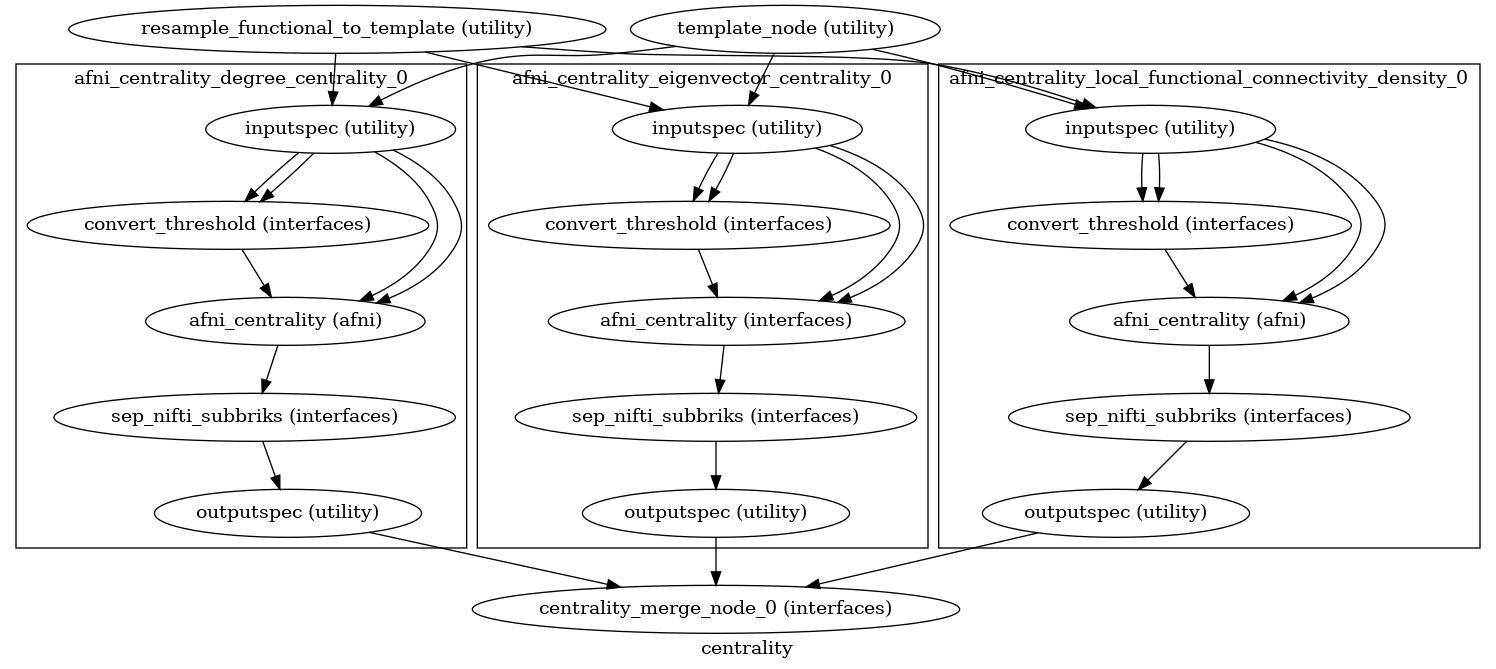
shnizzedy/fcp-indi.github.io keeps this Graphviz diagram as docs/nightly/developer/workflows/images/generated/network_centrality.png. Above is the earlier version. Its source is kept beside it as docs/nightly/developer/workflows/images/generated/network_centrality.dot.
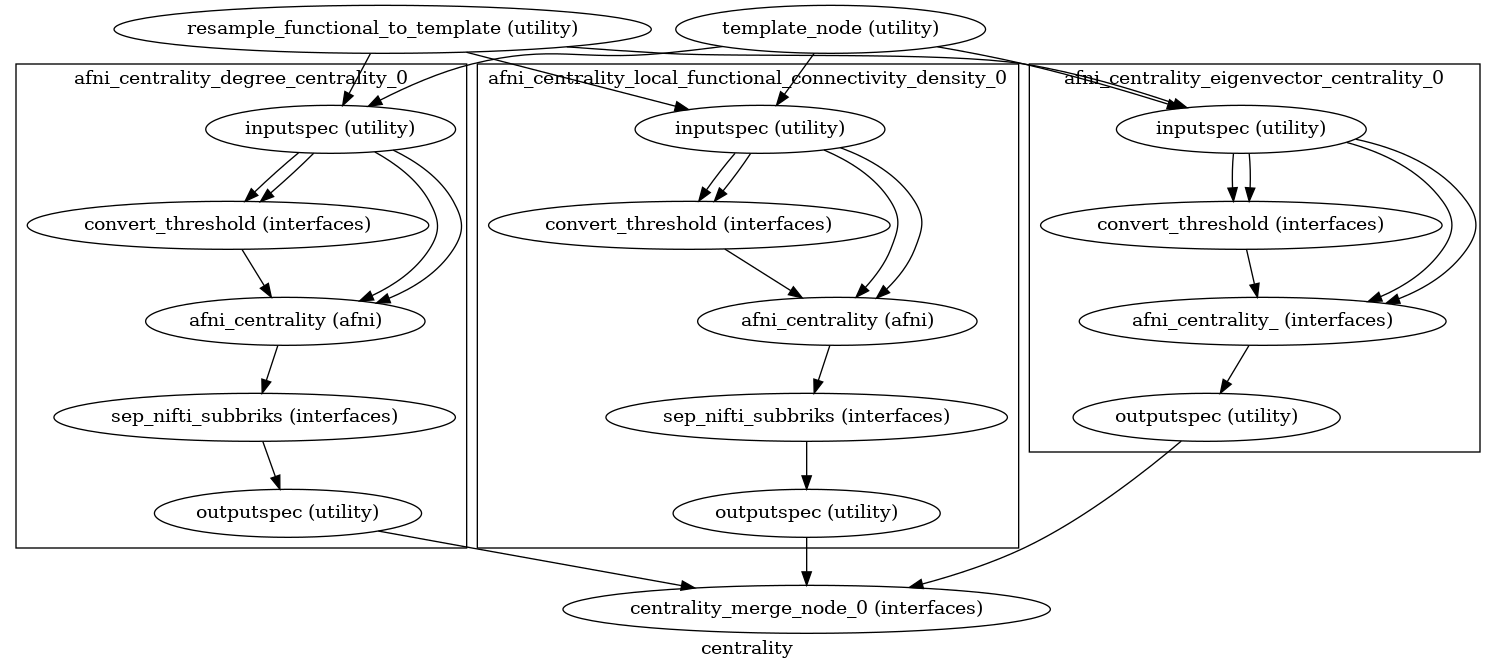
The same diagram one commit later.

Change to the diagram source:
```diff
@@ -22,16 +22,14 @@
       label="afni_centrality_eigenvector_centrality_0";
     "centrality_afni_centrality_eigenvector_centrality_0_inputspec"[label="inputspec (utility)"];
     "centrality_afni_centrality_eigenvector_centrality_0_convert_threshold"[label="convert_threshold (interfaces)"];
-    "centrality_afni_centrality_eigenvector_centrality_0_afni_centrality"[label="afni_centrality (interfaces)"];
-    "centrality_afni_centrality_eigenvector_centrality_0_sep_nifti_subbriks"[label="sep_nifti_subbriks (interfaces)"];
+    "centrality_afni_centrality_eigenvector_centrality_0_afni_centrality_"[label="afni_centrality_ (interfaces)"];
     "centrality_afni_centrality_eigenvector_centrality_0_outputspec"[label="outputspec (utility)"];
-    "centrality_afni_centrality_eigenvector_centrality_0_inputspec" -> "centrality_afni_centrality_eigenvector_centrality_0_afni_centrality";
-    "centrality_afni_centrality_eigenvector_centrality_0_inputspec" -> "centrality_afni_centrality_eigenvector_centrality_0_afni_centrality";
+    "centrality_afni_centrality_eigenvector_centrality_0_inputspec" -> "centrality_afni_centrality_eigenvector_centrality_0_afni_centrality_";
+    "centrality_afni_centrality_eigenvector_centrality_0_inputspec" -> "centrality_afni_centrality_eigenvector_centrality_0_afni_centrality_";
     "centrality_afni_centrality_eigenvector_centrality_0_inputspec" -> "centrality_afni_centrality_eigenvector_centrality_0_convert_threshold";
     "centrality_afni_centrality_eigenvector_centrality_0_inputspec" -> "centrality_afni_centrality_eigenvector_centrality_0_convert_threshold";
-    "centrality_afni_centrality_eigenvector_centrality_0_convert_threshold" -> "centrality_afni_centrality_eigenvector_centrality_0_afni_centrality";
-    "centrality_afni_centrality_eigenvector_centrality_0_afni_centrality" -> "centrality_afni_centrality_eigenvector_centrality_0_sep_nifti_subbriks";
-    "centrality_afni_centrality_eigenvector_centrality_0_sep_nifti_subbriks" -> "centrality_afni_centrality_eigenvector_centrality_0_outputspec";
+    "centrality_afni_centrality_eigenvector_centrality_0_convert_threshold" -> "centrality_afni_centrality_eigenvector_centrality_0_afni_centrality_";
+    "centrality_afni_centrality_eigenvector_centrality_0_afni_centrality_" -> "centrality_afni_centrality_eigenvector_centrality_0_outputspec";
   }
   subgraph "cluster_centrality_afni_centrality_local_functional_connectivity_density_0" {
       label="afni_centrality_local_functional_connectivity_density_0";
```
